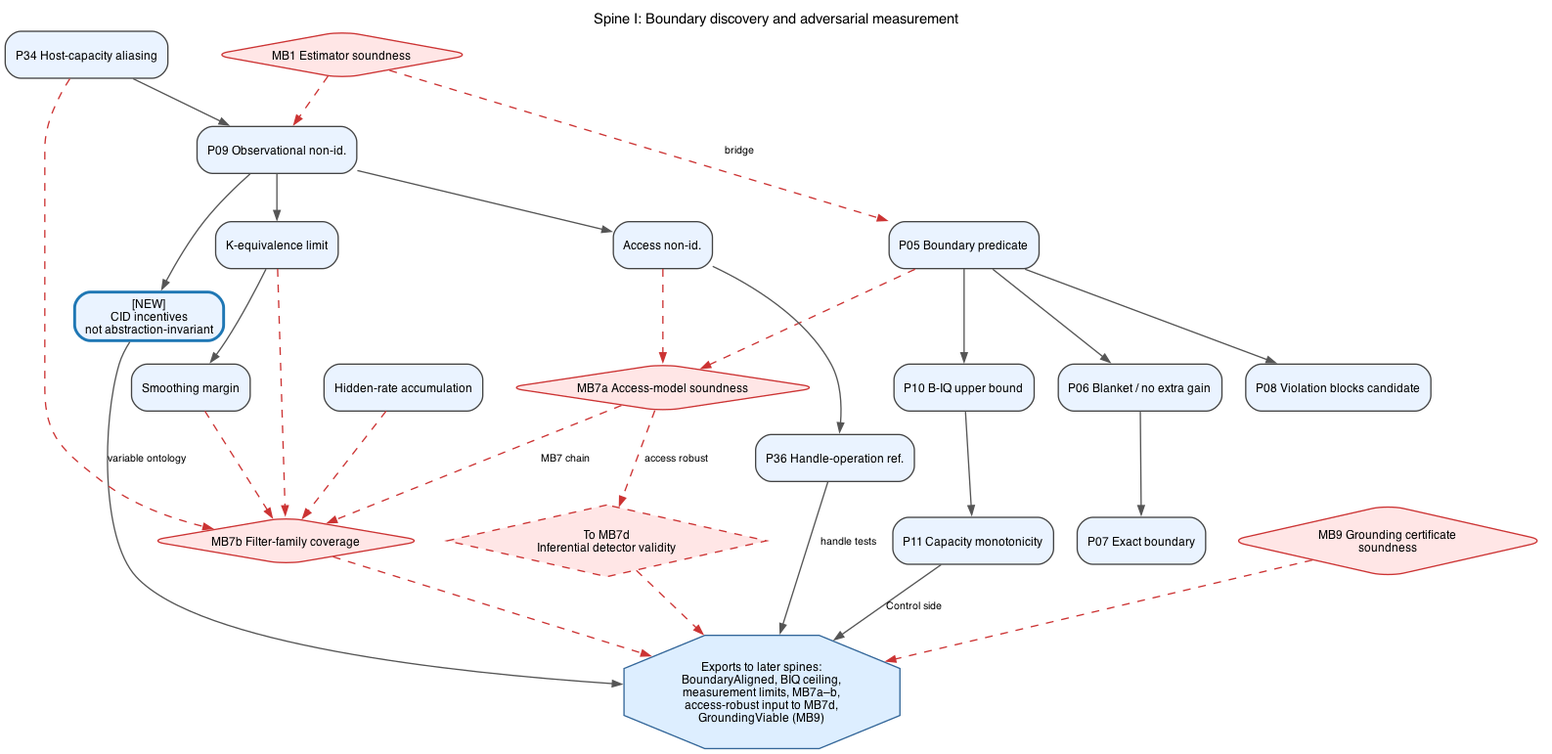
This is figures/lean_proof/01-boundary-measurement.png from GunnarZarncke/towards-asi-alignment, a Graphviz export, as it was before one commit. Its source is kept beside it as context/lean_proof_graphs/01-boundary-measurement.dot.
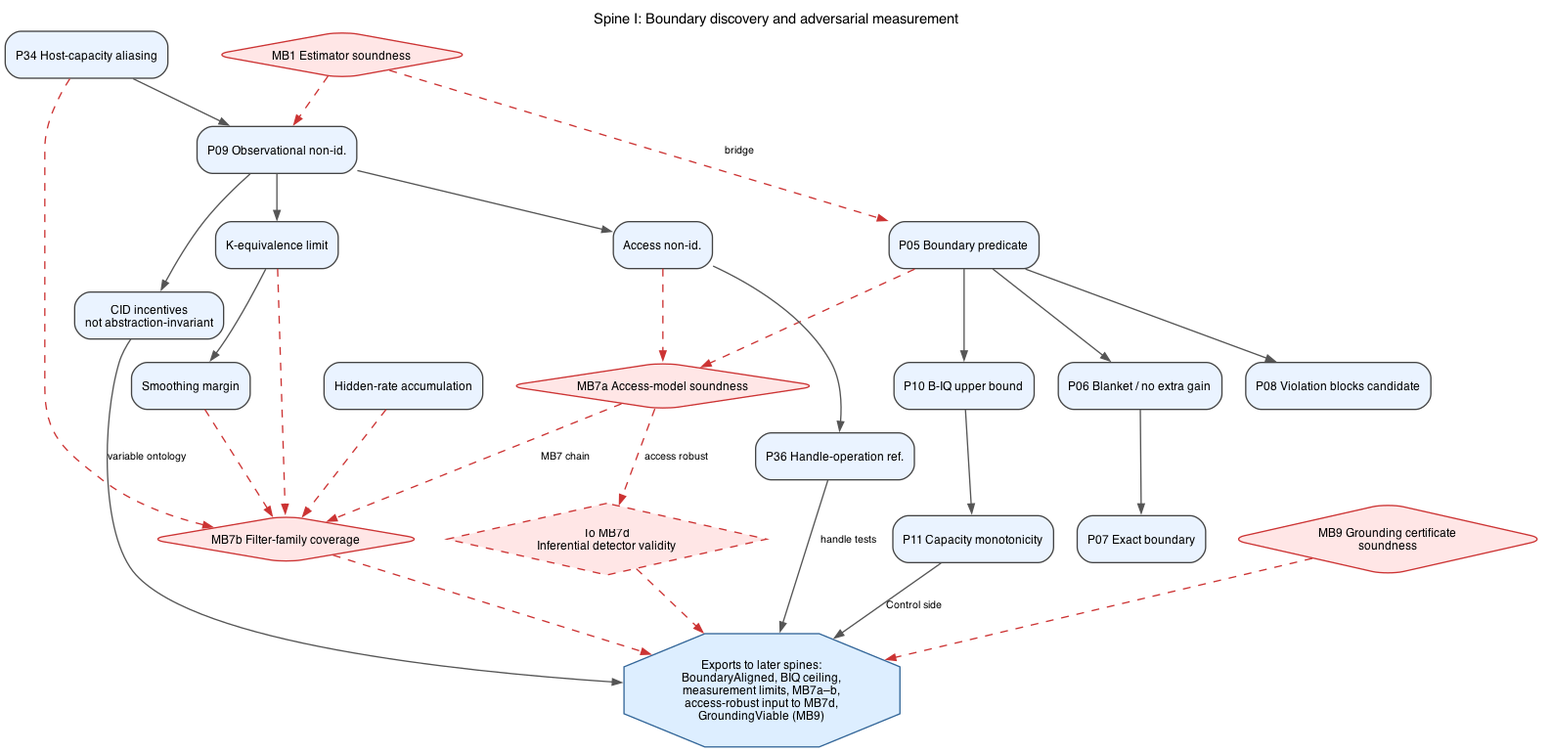
The same diagram one commit later.

The edit, as a diff of the source:
```diff
@@ -18,7 +18,7 @@
   P08 [label="P08 Violation blocks candidate", fillcolor="#EAF3FF"];
   P09 [label="P09 Observational non-id.", fillcolor="#EAF3FF"];
   P09A [label="Access non-id.", fillcolor="#EAF3FF"];
-  PCID [label="[NEW]\nCID incentives\nnot abstraction-invariant", fillcolor="#EAF3FF", color="#1F77B4", penwidth=2.2];
+  PCID [label="CID incentives\nnot abstraction-invariant", fillcolor="#EAF3FF"];
   P09K [label="K-equivalence limit", fillcolor="#EAF3FF"];
   P36 [label="P36 Handle-operation ref.", fillcolor="#EAF3FF"];
   P36M [label="Smoothing margin", fillcolor="#EAF3FF"];
```
